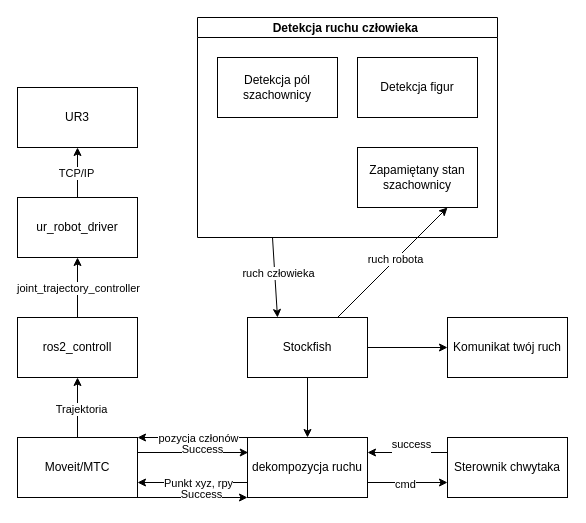
Earlier version of the draw.io diagram diagram.drawio (igorsiata/ur3_chess_player). Source tidied: cells renumbered, new cells numbered last; positions are measured from the earlier drawing's top-left corner, leaving out a move shared by most shapes. Both pictures are drawn from the tidied source at 100%, with x=0, y=0 at pixel (17, 17).
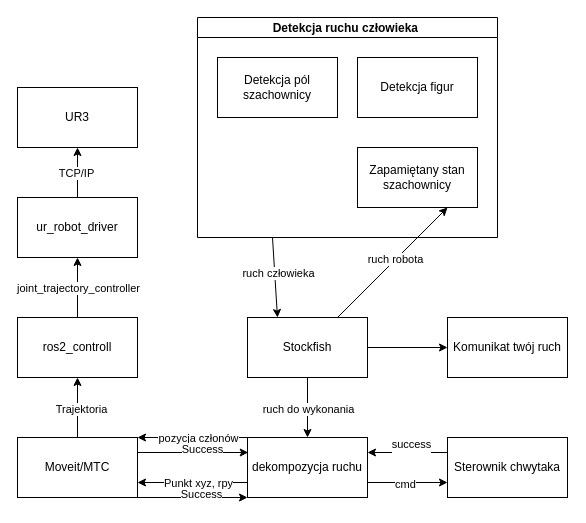
The same page after the edit.

The change refers to these unchanged cells:
```xml
<mxCell id="14" style="edgeStyle=none;html=1;" parent="1" edge="1" source="18" target="25">
  <mxGeometry relative="1" as="geometry" />
</mxCell>
```

What changed in the source:
```diff
@@
+    <mxCell id="38" value="ruch do wykonania" style="edgeLabel;html=1;align=center;verticalAlign=middle;" parent="14" vertex="1">
+      <mxGeometry x="0.02" relative="1" as="geometry" />
+    </mxCell>
```
